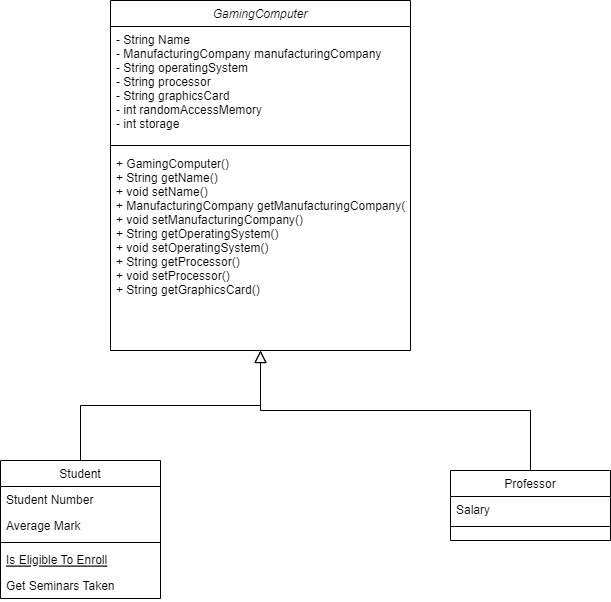
Above: Module3/ProgrammingAssignment/ChapterNineAssignment/GamingComputerUML.png in njlowhorn/Java_Class (draw.io), before the change. Source tidied: cells renumbered, new cells last; positions are measured from the earlier drawing's top-left corner, leaving out a move shared by most shapes.
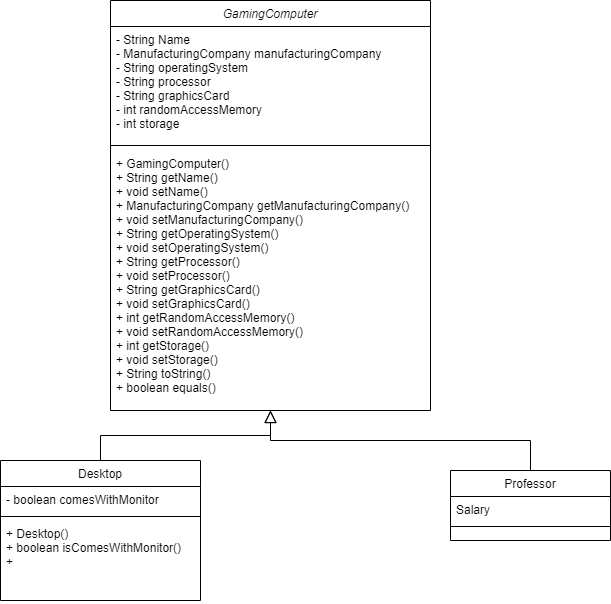
The same diagram one commit later.

What changed in the source:
```diff
@@ -3,35 +3,29 @@
     <mxCell id="0" />
     <mxCell id="1" parent="0" />
     <mxCell id="2" value="GamingComputer" style="swimlane;fontStyle=2;align=center;verticalAlign=top;horizontal=1;startSize=26;rounded=0;shadow=0;strokeWidth=1;" parent="1" vertex="1">
-      <mxGeometry x="110" width="300" height="350" as="geometry" />
+      <mxGeometry x="110" width="320" height="410" as="geometry" />
     </mxCell>
     <mxCell id="3" value="- String Name&#10;- ManufacturingCompany manufacturingCompany&#10;- String operatingSystem&#10;- String processor&#10;- String graphicsCard&#10;- int randomAccessMemory&#10;- int storage" style="text;align=left;verticalAlign=top;spacingLeft=4;spacingRight=4;overflow=hidden;" parent="2" vertex="1">
-      <mxGeometry y="26" width="300" height="114" as="geometry" />
+      <mxGeometry y="26" width="320" height="114" as="geometry" />
     </mxCell>
     <mxCell id="4" style="line;html=1;strokeWidth=1;align=left;verticalAlign=middle;spacingTop=-1;spacingLeft=3;spacingRight=3;labelPosition=right;" parent="2" vertex="1">
-      <mxGeometry y="140" width="300" height="10" as="geometry" />
+      <mxGeometry y="140" width="320" height="10" as="geometry" />
     </mxCell>
-    <mxCell id="5" value="+ GamingComputer()&#10;+ String getName()&#10;+ void setName()&#10;+ ManufacturingCompany getManufacturingCompany()&#10;+ void setManufacturingCompany()&#10;+ String getOperatingSystem()&#10;+ void setOperatingSystem()&#10;+ String getProcessor()&#10;+ void setProcessor()&#10;+ String getGraphicsCard()" style="text;align=left;verticalAlign=top;spacingLeft=4;spacingRight=4;overflow=hidden;" parent="2" vertex="1">
-      <mxGeometry y="150" width="300" height="200" as="geometry" />
+    <mxCell id="5" value="+ GamingComputer()&#10;+ String getName()&#10;+ void setName()&#10;+ ManufacturingCompany getManufacturingCompany()&#10;+ void setManufacturingCompany()&#10;+ String getOperatingSystem()&#10;+ void setOperatingSystem()&#10;+ String getProcessor()&#10;+ void setProcessor()&#10;+ String getGraphicsCard()&#10;+ void setGraphicsCard()&#10;+ int getRandomAccessMemory()&#10;+ void setRandomAccessMemory()&#10;+ int getStorage()&#10;+ void setStorage()&#10;+ String toString()&#10;+ boolean equals()" style="text;align=left;verticalAlign=top;spacingLeft=4;spacingRight=4;overflow=hidden;" parent="2" vertex="1">
+      <mxGeometry y="150" width="320" height="260" as="geometry" />
     </mxCell>
-    <mxCell id="6" value="Student" style="swimlane;fontStyle=0;align=center;verticalAlign=top;horizontal=1;startSize=26;rounded=0;shadow=0;strokeWidth=1;" parent="1" vertex="1">
-      <mxGeometry y="460" width="160" height="138" as="geometry" />
+    <mxCell id="6" value="Desktop" style="swimlane;fontStyle=0;align=center;verticalAlign=top;horizontal=1;startSize=26;rounded=0;shadow=0;strokeWidth=1;" parent="1" vertex="1">
+      <mxGeometry y="460" width="200" height="140" as="geometry" />
     </mxCell>
-    <mxCell id="7" value="Student Number" style="text;align=left;verticalAlign=top;spacingLeft=4;spacingRight=4;overflow=hidden;" parent="6" vertex="1">
-      <mxGeometry y="26" width="160" height="26" as="geometry" />
+    <mxCell id="7" value="- boolean comesWithMonitor" style="text;align=left;verticalAlign=top;spacingLeft=4;spacingRight=4;overflow=hidden;" parent="6" vertex="1">
+      <mxGeometry y="26" width="200" height="26" as="geometry" />
     </mxCell>
-    <mxCell id="8" value="Average Mark" style="text;align=left;verticalAlign=top;spacingLeft=4;spacingRight=4;overflow=hidden;rounded=0;shadow=0;html=0;" parent="6" vertex="1">
-      <mxGeometry y="52" width="160" height="26" as="geometry" />
-    </mxCell>
     <mxCell id="9" style="line;html=1;strokeWidth=1;align=left;verticalAlign=middle;spacingTop=-1;spacingLeft=3;spacingRight=3;labelPosition=right;" parent="6" vertex="1">
-      <mxGeometry y="78" width="160" height="8" as="geometry" />
+      <mxGeometry y="52" width="200" height="8" as="geometry" />
     </mxCell>
-    <mxCell id="10" value="Is Eligible To Enroll" style="text;align=left;verticalAlign=top;spacingLeft=4;spacingRight=4;overflow=hidden;fontStyle=4;" parent="6" vertex="1">
-      <mxGeometry y="86" width="160" height="26" as="geometry" />
+    <mxCell id="10" value="+ Desktop()&#10;+ boolean isComesWithMonitor()&#10;+ " style="text;align=left;verticalAlign=top;spacingLeft=4;spacingRight=4;overflow=hidden;fontStyle=0;" parent="6" vertex="1">
+      <mxGeometry y="60" width="200" height="80" as="geometry" />
     </mxCell>
-    <mxCell id="11" value="Get Seminars Taken" style="text;align=left;verticalAlign=top;spacingLeft=4;spacingRight=4;overflow=hidden;" parent="6" vertex="1">
-      <mxGeometry y="112" width="160" height="26" as="geometry" />
-    </mxCell>
     <mxCell id="12" style="endArrow=block;endSize=10;endFill=0;shadow=0;strokeWidth=1;rounded=0;edgeStyle=elbowEdgeStyle;elbow=vertical;" parent="1" edge="1" source="6" target="2">
       <mxGeometry relative="1" as="geometry" />
     </mxCell>
```
